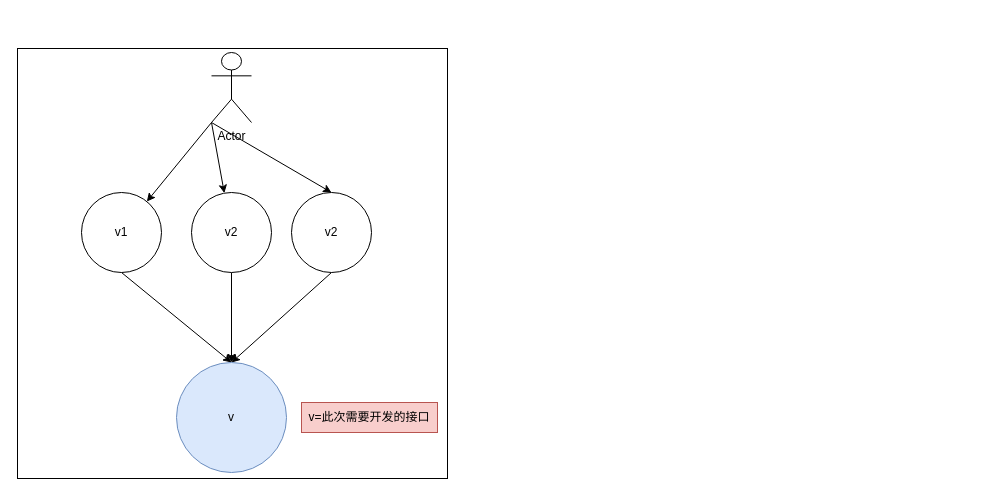
Before: 优惠券0623-01.drawio in LuiBu/my-pictures, a draw.io diagram. Source tidied: cells renumbered, new cells numbered last; positions are measured from the earlier drawing's top-left corner, leaving out a move shared by most shapes. Both pictures are drawn from the tidied source at 100%, with x=0, y=0 at pixel (17, 48).
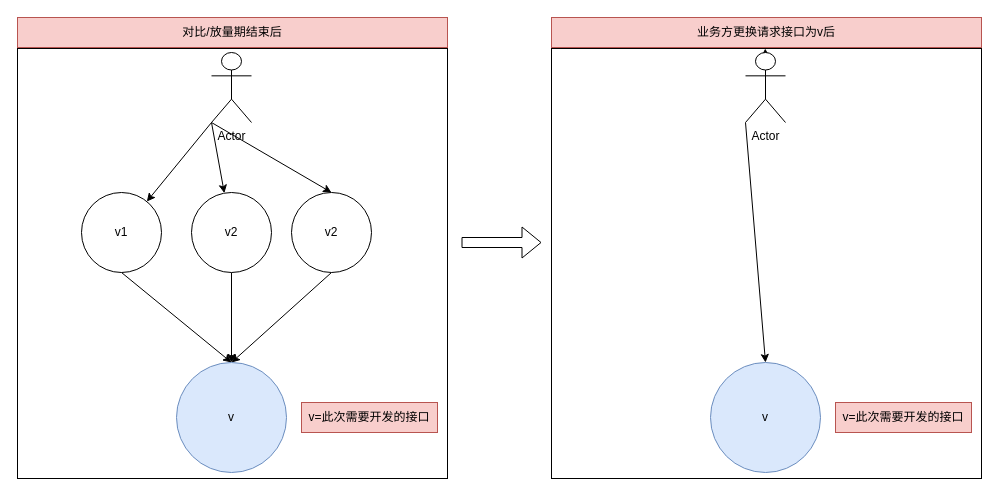
The same page after the edit.

Commit message (it also covers changes not shown here):
更新优惠券0623-01.drawio

Change to the diagram source:
```diff
@@
+    <mxCell id="15" value="对比/放量期结束后" style="rounded=0;whiteSpace=wrap;html=1;strokeColor=#b85450;fillColor=#f8cecc;" parent="1" vertex="1">
+      <mxGeometry y="-31" width="430" height="30" as="geometry" />
+    </mxCell>
+    <mxCell id="16" style="whiteSpace=wrap;html=1;strokeColor=default;" parent="1" vertex="1">
+      <mxGeometry x="534" width="430" height="430" as="geometry" />
+    </mxCell>
+    <mxCell id="17" value="v" style="ellipse;whiteSpace=wrap;html=1;fillColor=#dae8fc;strokeColor=#6c8ebf;" parent="1" vertex="1">
+      <mxGeometry x="693" y="314" width="110" height="110" as="geometry" />
+    </mxCell>
+    <mxCell id="18" style="edgeStyle=none;rounded=0;jettySize=auto;html=1;" parent="1" edge="1" source="20" target="16">
+      <mxGeometry relative="1" as="geometry" />
+    </mxCell>
+    <mxCell id="19" style="edgeStyle=none;rounded=0;jettySize=auto;html=1;exitX=0;exitY=1;exitDx=0;exitDy=0;exitPerimeter=0;entryX=0.5;entryY=0;entryDx=0;entryDy=0;" parent="1" edge="1" source="20" target="17">
+      <mxGeometry relative="1" as="geometry" />
+    </mxCell>
+    <mxCell id="20" value="Actor" style="shape=umlActor;verticalLabelPosition=bottom;verticalAlign=top;html=1;outlineConnect=0;" parent="1" vertex="1">
+      <mxGeometry x="728" y="4" width="40" height="70" as="geometry" />
+    </mxCell>
+    <mxCell id="21" value="v=此次需要开发的接口" style="text;html=1;strokeColor=#b85450;fillColor=#f8cecc;align=center;verticalAlign=middle;whiteSpace=wrap;rounded=0;" parent="1" vertex="1">
+      <mxGeometry x="818" y="354" width="136" height="30" as="geometry" />
+    </mxCell>
+    <mxCell id="22" value="业务方更换请求接口为v后" style="rounded=0;whiteSpace=wrap;html=1;strokeColor=#b85450;fillColor=#f8cecc;" parent="1" vertex="1">
+      <mxGeometry x="534" y="-31" width="430" height="30" as="geometry" />
+    </mxCell>
+    <mxCell id="23" style="shape=flexArrow;endArrow=classic;html=1;rounded=0;" parent="1" edge="1">
+      <mxGeometry relative="1" as="geometry">
+        <mxPoint x="444" y="194" as="sourcePoint" />
+        <mxPoint x="524" y="194" as="targetPoint" />
+      </mxGeometry>
+    </mxCell>
```
